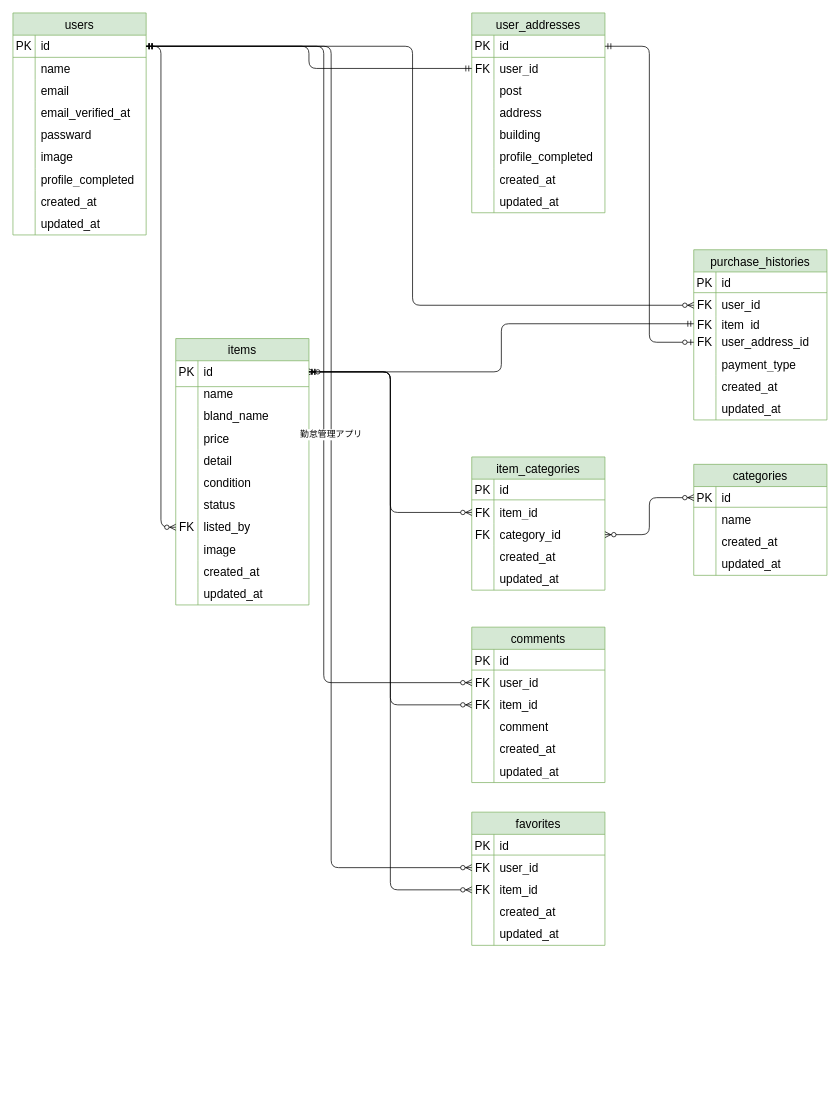
Above: ER.drawio in harukaishii/marketplace-app (draw.io), before the change. Source tidied: cells renumbered, new cells numbered last; positions are measured from the earlier drawing's top-left corner, leaving out a move shared by most shapes. Both pictures are drawn from the tidied source at 74%, with x=0, y=0 at pixel (13, 13).
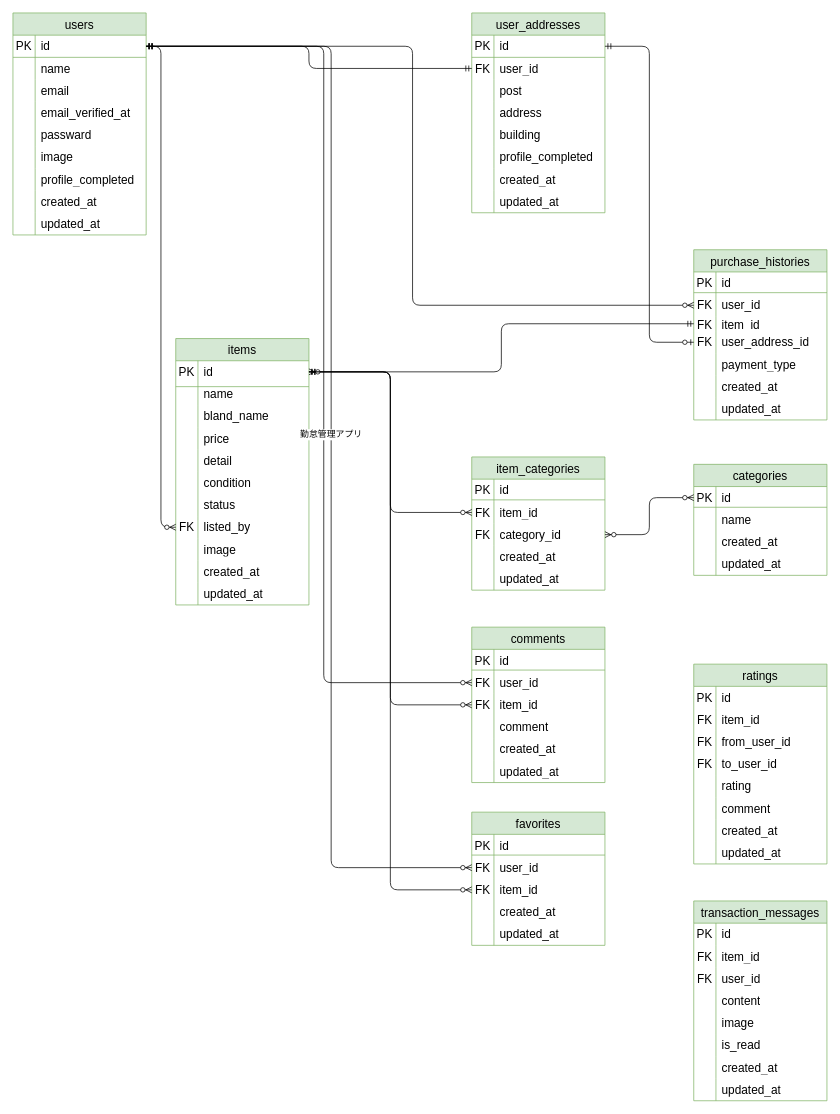
The same page after the edit.

The edit, as a diff of the source:
```diff
@@
+    <mxCell id="195" value="transaction_messages" style="shape=table;startSize=30;childLayout=tableLayout;rowLines=0;fontStyle=0;strokeColor=#82b366;fontSize=16;fillColor=#d5e8d4;" parent="1" vertex="1">
+      <mxGeometry x="920" y="1200" width="180" height="270" as="geometry" />
+    </mxCell>
+    <mxCell id="196" style="shape=tableRow;horizontal=0;startSize=0;swimlaneHead=0;swimlaneBody=0;top=0;left=0;bottom=0;right=0;fillColor=none;strokeColor=inherit;fontSize=16;" parent="195" vertex="1">
+      <mxGeometry y="30" width="180" height="30" as="geometry" />
+    </mxCell>
+    <mxCell id="197" value="PK" style="shape=partialRectangle;html=1;whiteSpace=wrap;fillColor=none;top=0;left=0;bottom=0;right=0;overflow=hidden;strokeColor=inherit;fontSize=16;" parent="196" vertex="1">
+      <mxGeometry width="30" height="30" as="geometry" />
+    </mxCell>
+    <mxCell id="198" value="id" style="shape=partialRectangle;html=1;whiteSpace=wrap;fillColor=none;top=0;left=0;bottom=0;right=0;align=left;spacingLeft=6;overflow=hidden;strokeColor=inherit;fontSize=16;" parent="196" vertex="1">
+      <mxGeometry x="30" width="150" height="30" as="geometry" />
+    </mxCell>
+    <mxCell id="199" style="shape=tableRow;horizontal=0;startSize=0;swimlaneHead=0;swimlaneBody=0;top=0;left=0;bottom=0;right=0;fillColor=none;strokeColor=inherit;fontSize=16;" parent="195" vertex="1">
+      <mxGeometry y="60" width="180" height="30" as="geometry" />
+    </mxCell>
+    <mxCell id="200" value="FK" style="shape=partialRectangle;html=1;whiteSpace=wrap;fillColor=none;top=0;left=0;bottom=0;right=0;overflow=hidden;strokeColor=inherit;fontSize=16;" parent="199" vertex="1">
+      <mxGeometry width="30" height="30" as="geometry" />
+    </mxCell>
+    <mxCell id="201" value="item_id" style="shape=partialRectangle;html=1;whiteSpace=wrap;fillColor=none;top=0;left=0;bottom=0;right=0;align=left;spacingLeft=6;overflow=hidden;strokeColor=inherit;fontSize=16;" parent="199" vertex="1">
+      <mxGeometry x="30" width="150" height="30" as="geometry" />
+    </mxCell>
+    <mxCell id="202" style="shape=tableRow;horizontal=0;startSize=0;swimlaneHead=0;swimlaneBody=0;top=0;left=0;bottom=0;right=0;fillColor=none;strokeColor=inherit;fontSize=16;" parent="195" vertex="1">
+      <mxGeometry y="90" width="180" height="30" as="geometry" />
+    </mxCell>
+    <mxCell id="203" value="FK" style="shape=partialRectangle;html=1;whiteSpace=wrap;fillColor=none;top=0;left=0;bottom=0;right=0;overflow=hidden;strokeColor=inherit;fontSize=16;" parent="202" vertex="1">
+      <mxGeometry width="30" height="30" as="geometry" />
+    </mxCell>
+    <mxCell id="204" value="user_id" style="shape=partialRectangle;html=1;whiteSpace=wrap;fillColor=none;top=0;left=0;bottom=0;right=0;align=left;spacingLeft=6;overflow=hidden;strokeColor=inherit;fontSize=16;" parent="202" vertex="1">
+      <mxGeometry x="30" width="150" height="30" as="geometry" />
+    </mxCell>
+    <mxCell id="205" style="shape=tableRow;horizontal=0;startSize=0;swimlaneHead=0;swimlaneBody=0;top=0;left=0;bottom=0;right=0;fillColor=none;strokeColor=inherit;fontSize=16;" parent="195" vertex="1">
+      <mxGeometry y="120" width="180" height="30" as="geometry" />
+    </mxCell>
+    <mxCell id="206" style="shape=partialRectangle;html=1;whiteSpace=wrap;fillColor=none;top=0;left=0;bottom=0;right=0;overflow=hidden;strokeColor=inherit;fontSize=16;" parent="205" vertex="1">
+      <mxGeometry width="30" height="30" as="geometry" />
+    </mxCell>
+    <mxCell id="207" value="content" style="shape=partialRectangle;html=1;whiteSpace=wrap;fillColor=none;top=0;left=0;bottom=0;right=0;align=left;spacingLeft=6;overflow=hidden;strokeColor=inherit;fontSize=16;" parent="205" vertex="1">
+      <mxGeometry x="30" width="150" height="30" as="geometry" />
+    </mxCell>
+    <mxCell id="208" style="shape=tableRow;horizontal=0;startSize=0;swimlaneHead=0;swimlaneBody=0;top=0;left=0;bottom=0;right=0;fillColor=none;strokeColor=inherit;fontSize=16;" parent="195" vertex="1">
+      <mxGeometry y="150" width="180" height="30" as="geometry" />
+    </mxCell>
+    <mxCell id="209" style="shape=partialRectangle;html=1;whiteSpace=wrap;fillColor=none;top=0;left=0;bottom=0;right=0;overflow=hidden;strokeColor=inherit;fontSize=16;" parent="208" vertex="1">
+      <mxGeometry width="30" height="30" as="geometry" />
+    </mxCell>
+    <mxCell id="210" value="image" style="shape=partialRectangle;html=1;whiteSpace=wrap;fillColor=none;top=0;left=0;bottom=0;right=0;align=left;spacingLeft=6;overflow=hidden;strokeColor=inherit;fontSize=16;" parent="208" vertex="1">
+      <mxGeometry x="30" width="150" height="30" as="geometry" />
+    </mxCell>
+    <mxCell id="211" style="shape=tableRow;horizontal=0;startSize=0;swimlaneHead=0;swimlaneBody=0;top=0;left=0;bottom=0;right=0;fillColor=none;strokeColor=inherit;fontSize=16;" parent="195" vertex="1">
+      <mxGeometry y="180" width="180" height="30" as="geometry" />
+    </mxCell>
+    <mxCell id="212" style="shape=partialRectangle;html=1;whiteSpace=wrap;fillColor=none;top=0;left=0;bottom=0;right=0;overflow=hidden;strokeColor=inherit;fontSize=16;" parent="211" vertex="1">
+      <mxGeometry width="30" height="30" as="geometry" />
+    </mxCell>
+    <mxCell id="213" value="is_read" style="shape=partialRectangle;html=1;whiteSpace=wrap;fillColor=none;top=0;left=0;bottom=0;right=0;align=left;spacingLeft=6;overflow=hidden;strokeColor=inherit;fontSize=16;" parent="211" vertex="1">
+      <mxGeometry x="30" width="150" height="30" as="geometry" />
+    </mxCell>
+    <mxCell id="214" style="shape=tableRow;horizontal=0;startSize=0;swimlaneHead=0;swimlaneBody=0;top=0;left=0;bottom=0;right=0;fillColor=none;strokeColor=inherit;fontSize=16;" parent="195" vertex="1">
+      <mxGeometry y="210" width="180" height="30" as="geometry" />
+    </mxCell>
+    <mxCell id="215" style="shape=partialRectangle;html=1;whiteSpace=wrap;fillColor=none;top=0;left=0;bottom=0;right=0;overflow=hidden;strokeColor=inherit;fontSize=16;" parent="214" vertex="1">
+      <mxGeometry width="30" height="30" as="geometry" />
+    </mxCell>
+    <mxCell id="216" value="created_at" style="shape=partialRectangle;html=1;whiteSpace=wrap;fillColor=none;top=0;left=0;bottom=0;right=0;align=left;spacingLeft=6;overflow=hidden;strokeColor=inherit;fontSize=16;" parent="214" vertex="1">
+      <mxGeometry x="30" width="150" height="30" as="geometry" />
+    </mxCell>
+    <mxCell id="217" style="shape=tableRow;horizontal=0;startSize=0;swimlaneHead=0;swimlaneBody=0;top=0;left=0;bottom=0;right=0;fillColor=none;strokeColor=inherit;fontSize=16;" parent="195" vertex="1">
+      <mxGeometry y="240" width="180" height="30" as="geometry" />
+    </mxCell>
+    <mxCell id="218" style="shape=partialRectangle;html=1;whiteSpace=wrap;fillColor=none;top=0;left=0;bottom=0;right=0;overflow=hidden;strokeColor=inherit;fontSize=16;" parent="217" vertex="1">
+      <mxGeometry width="30" height="30" as="geometry" />
+    </mxCell>
+    <mxCell id="219" value="updated_at" style="shape=partialRectangle;html=1;whiteSpace=wrap;fillColor=none;top=0;left=0;bottom=0;right=0;align=left;spacingLeft=6;overflow=hidden;strokeColor=inherit;fontSize=16;" parent="217" vertex="1">
+      <mxGeometry x="30" width="150" height="30" as="geometry" />
+    </mxCell>
+    <mxCell id="220" value="ratings" style="shape=table;startSize=30;childLayout=tableLayout;rowLines=0;fontStyle=0;strokeColor=#82b366;fontSize=16;fillColor=#d5e8d4;" parent="1" vertex="1">
+      <mxGeometry x="920" y="880" width="180" height="270" as="geometry" />
+    </mxCell>
+    <mxCell id="221" style="shape=tableRow;horizontal=0;startSize=0;swimlaneHead=0;swimlaneBody=0;top=0;left=0;bottom=0;right=0;fillColor=none;strokeColor=inherit;fontSize=16;" parent="220" vertex="1">
+      <mxGeometry y="30" width="180" height="30" as="geometry" />
+    </mxCell>
+    <mxCell id="222" value="PK" style="shape=partialRectangle;html=1;whiteSpace=wrap;fillColor=none;top=0;left=0;bottom=0;right=0;overflow=hidden;strokeColor=inherit;fontSize=16;" parent="221" vertex="1">
+      <mxGeometry width="30" height="30" as="geometry" />
+    </mxCell>
+    <mxCell id="223" value="id" style="shape=partialRectangle;html=1;whiteSpace=wrap;fillColor=none;top=0;left=0;bottom=0;right=0;align=left;spacingLeft=6;overflow=hidden;strokeColor=inherit;fontSize=16;" parent="221" vertex="1">
+      <mxGeometry x="30" width="150" height="30" as="geometry" />
+    </mxCell>
+    <mxCell id="224" style="shape=tableRow;horizontal=0;startSize=0;swimlaneHead=0;swimlaneBody=0;top=0;left=0;bottom=0;right=0;fillColor=none;strokeColor=inherit;fontSize=16;" parent="220" vertex="1">
+      <mxGeometry y="60" width="180" height="30" as="geometry" />
+    </mxCell>
+    <mxCell id="225" value="FK" style="shape=partialRectangle;html=1;whiteSpace=wrap;fillColor=none;top=0;left=0;bottom=0;right=0;overflow=hidden;strokeColor=inherit;fontSize=16;" parent="224" vertex="1">
+      <mxGeometry width="30" height="30" as="geometry" />
+    </mxCell>
+    <mxCell id="226" value="item_id" style="shape=partialRectangle;html=1;whiteSpace=wrap;fillColor=none;top=0;left=0;bottom=0;right=0;align=left;spacingLeft=6;overflow=hidden;strokeColor=inherit;fontSize=16;" parent="224" vertex="1">
+      <mxGeometry x="30" width="150" height="30" as="geometry" />
+    </mxCell>
+    <mxCell id="227" style="shape=tableRow;horizontal=0;startSize=0;swimlaneHead=0;swimlaneBody=0;top=0;left=0;bottom=0;right=0;fillColor=none;strokeColor=inherit;fontSize=16;" parent="220" vertex="1">
+      <mxGeometry y="90" width="180" height="30" as="geometry" />
+    </mxCell>
+    <mxCell id="228" value="FK" style="shape=partialRectangle;html=1;whiteSpace=wrap;fillColor=none;top=0;left=0;bottom=0;right=0;overflow=hidden;strokeColor=inherit;fontSize=16;" parent="227" vertex="1">
+      <mxGeometry width="30" height="30" as="geometry" />
+    </mxCell>
+    <mxCell id="229" value="from_user_id" style="shape=partialRectangle;html=1;whiteSpace=wrap;fillColor=none;top=0;left=0;bottom=0;right=0;align=left;spacingLeft=6;overflow=hidden;strokeColor=inherit;fontSize=16;" parent="227" vertex="1">
+      <mxGeometry x="30" width="150" height="30" as="geometry" />
+    </mxCell>
+    <mxCell id="230" style="shape=tableRow;horizontal=0;startSize=0;swimlaneHead=0;swimlaneBody=0;top=0;left=0;bottom=0;right=0;fillColor=none;strokeColor=inherit;fontSize=16;" parent="220" vertex="1">
+      <mxGeometry y="120" width="180" height="30" as="geometry" />
+    </mxCell>
+    <mxCell id="231" style="shape=partialRectangle;html=1;whiteSpace=wrap;fillColor=none;top=0;left=0;bottom=0;right=0;overflow=hidden;strokeColor=inherit;fontSize=16;" parent="230" vertex="1">
+      <mxGeometry width="30" height="30" as="geometry" />
+    </mxCell>
+    <mxCell id="232" value="to_user_id" style="shape=partialRectangle;html=1;whiteSpace=wrap;fillColor=none;top=0;left=0;bottom=0;right=0;align=left;spacingLeft=6;overflow=hidden;strokeColor=inherit;fontSize=16;" parent="230" vertex="1">
+      <mxGeometry x="30" width="150" height="30" as="geometry" />
+    </mxCell>
+    <mxCell id="233" style="shape=tableRow;horizontal=0;startSize=0;swimlaneHead=0;swimlaneBody=0;top=0;left=0;bottom=0;right=0;fillColor=none;strokeColor=inherit;fontSize=16;" parent="220" vertex="1">
+      <mxGeometry y="150" width="180" height="30" as="geometry" />
+    </mxCell>
+    <mxCell id="234" style="shape=partialRectangle;html=1;whiteSpace=wrap;fillColor=none;top=0;left=0;bottom=0;right=0;overflow=hidden;strokeColor=inherit;fontSize=16;" parent="233" vertex="1">
+      <mxGeometry width="30" height="30" as="geometry" />
+    </mxCell>
+    <mxCell id="235" value="rating" style="shape=partialRectangle;html=1;whiteSpace=wrap;fillColor=none;top=0;left=0;bottom=0;right=0;align=left;spacingLeft=6;overflow=hidden;strokeColor=inherit;fontSize=16;" parent="233" vertex="1">
+      <mxGeometry x="30" width="150" height="30" as="geometry" />
+    </mxCell>
+    <mxCell id="236" style="shape=tableRow;horizontal=0;startSize=0;swimlaneHead=0;swimlaneBody=0;top=0;left=0;bottom=0;right=0;fillColor=none;strokeColor=inherit;fontSize=16;" parent="220" vertex="1">
+      <mxGeometry y="180" width="180" height="30" as="geometry" />
+    </mxCell>
+    <mxCell id="237" style="shape=partialRectangle;html=1;whiteSpace=wrap;fillColor=none;top=0;left=0;bottom=0;right=0;overflow=hidden;strokeColor=inherit;fontSize=16;" parent="236" vertex="1">
+      <mxGeometry width="30" height="30" as="geometry" />
+    </mxCell>
+    <mxCell id="238" value="comment" style="shape=partialRectangle;html=1;whiteSpace=wrap;fillColor=none;top=0;left=0;bottom=0;right=0;align=left;spacingLeft=6;overflow=hidden;strokeColor=inherit;fontSize=16;" parent="236" vertex="1">
+      <mxGeometry x="30" width="150" height="30" as="geometry" />
+    </mxCell>
+    <mxCell id="239" style="shape=tableRow;horizontal=0;startSize=0;swimlaneHead=0;swimlaneBody=0;top=0;left=0;bottom=0;right=0;fillColor=none;strokeColor=inherit;fontSize=16;" parent="220" vertex="1">
+      <mxGeometry y="210" width="180" height="30" as="geometry" />
+    </mxCell>
+    <mxCell id="240" style="shape=partialRectangle;html=1;whiteSpace=wrap;fillColor=none;top=0;left=0;bottom=0;right=0;overflow=hidden;strokeColor=inherit;fontSize=16;" parent="239" vertex="1">
+      <mxGeometry width="30" height="30" as="geometry" />
+    </mxCell>
+    <mxCell id="241" value="created_at" style="shape=partialRectangle;html=1;whiteSpace=wrap;fillColor=none;top=0;left=0;bottom=0;right=0;align=left;spacingLeft=6;overflow=hidden;strokeColor=inherit;fontSize=16;" parent="239" vertex="1">
+      <mxGeometry x="30" width="150" height="30" as="geometry" />
+    </mxCell>
+    <mxCell id="242" style="shape=tableRow;horizontal=0;startSize=0;swimlaneHead=0;swimlaneBody=0;top=0;left=0;bottom=0;right=0;fillColor=none;strokeColor=inherit;fontSize=16;" parent="220" vertex="1">
+      <mxGeometry y="240" width="180" height="30" as="geometry" />
+    </mxCell>
+    <mxCell id="243" style="shape=partialRectangle;html=1;whiteSpace=wrap;fillColor=none;top=0;left=0;bottom=0;right=0;overflow=hidden;strokeColor=inherit;fontSize=16;" parent="242" vertex="1">
+      <mxGeometry width="30" height="30" as="geometry" />
+    </mxCell>
+    <mxCell id="244" value="updated_at" style="shape=partialRectangle;html=1;whiteSpace=wrap;fillColor=none;top=0;left=0;bottom=0;right=0;align=left;spacingLeft=6;overflow=hidden;strokeColor=inherit;fontSize=16;" parent="242" vertex="1">
+      <mxGeometry x="30" width="150" height="30" as="geometry" />
+    </mxCell>
+    <mxCell id="245" value="FK" style="shape=partialRectangle;html=1;whiteSpace=wrap;fillColor=none;top=0;left=0;bottom=0;right=0;overflow=hidden;strokeColor=inherit;fontSize=16;" parent="1" vertex="1">
+      <mxGeometry x="920" y="1000" width="30" height="30" as="geometry" />
+    </mxCell>
```
